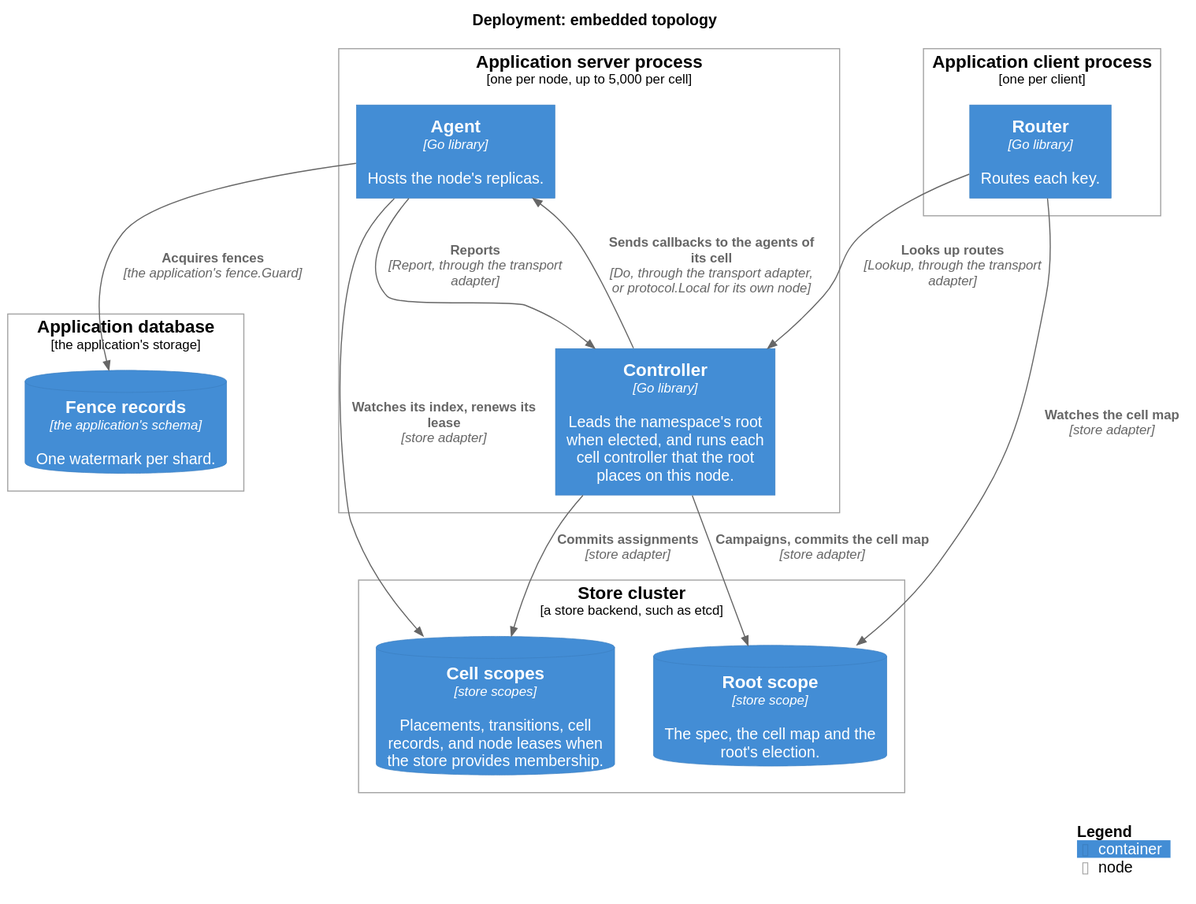
This is docs/c4/deployment/embedded.svg from thesm-os/sharder, a PlantUML export, as it was before one commit.
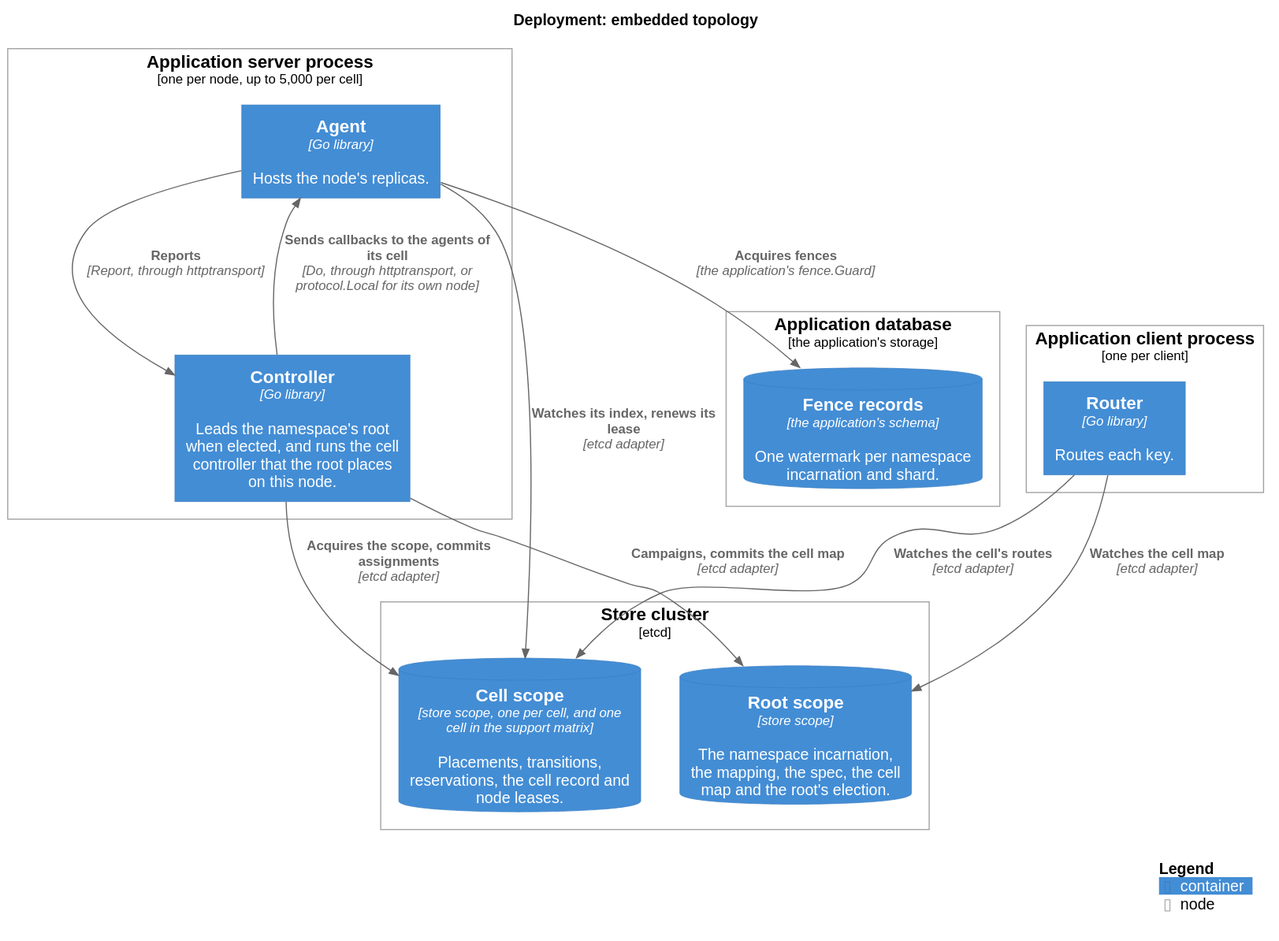
Above is the later version.

Change to the diagram source:
```diff
@@ -6,29 +6,29 @@
 
 Deployment_Node(servers, "Application server process", "one per node, up to 5,000 per cell") {
     Container(agent, "Agent", "Go library", "Hosts the node's replicas.")
-    Container(controller, "Controller", "Go library", "Leads the namespace's root when elected, and runs each cell controller that the root places on this node.")
+    Container(controller, "Controller", "Go library", "Leads the namespace's root when elected, and runs the cell controller that the root places on this node.")
 }
 
 Deployment_Node(clients, "Application client process", "one per client") {
     Container(router, "Router", "Go library", "Routes each key.")
 }
 
-Deployment_Node(storecluster, "Store cluster", "a store backend, such as etcd") {
-    ContainerDb(root, "Root scope", "store scope", "The spec, the cell map and the root's election.")
-    ContainerDb(cells, "Cell scopes", "store scopes", "Placements, transitions, cell records, and node leases when the store provides membership.")
+Deployment_Node(storecluster, "Store cluster", "etcd") {
+    ContainerDb(root, "Root scope", "store scope", "The namespace incarnation, the mapping, the spec, the cell map and the root's election.")
+    ContainerDb(cells, "Cell scope", "store scope, one per cell, and one cell in the support matrix", "Placements, transitions, reservations, the cell record and node leases.")
 }
 
 Deployment_Node(database, "Application database", "the application's storage") {
-    ContainerDb(fences, "Fence records", "the application's schema", "One watermark per shard.")
+    ContainerDb(fences, "Fence records", "the application's schema", "One watermark per namespace incarnation and shard.")
 }
 
-Rel(controller, agent, "Sends callbacks to the agents of its cell", "Do, through the transport adapter, or protocol.Local for its own node")
-Rel(agent, controller, "Reports", "Report, through the transport adapter")
-Rel(router, controller, "Looks up routes", "Lookup, through the transport adapter")
-Rel(controller, root, "Campaigns, commits the cell map", "store adapter")
-Rel(controller, cells, "Commits assignments", "store adapter")
-Rel(agent, cells, "Watches its index, renews its lease", "store adapter")
-Rel(router, root, "Watches the cell map", "store adapter")
+Rel(controller, agent, "Sends callbacks to the agents of its cell", "Do, through httptransport, or protocol.Local for its own node")
+Rel(agent, controller, "Reports", "Report, through httptransport")
+Rel(controller, root, "Campaigns, commits the cell map", "etcd adapter")
+Rel(controller, cells, "Acquires the scope, commits assignments", "etcd adapter")
+Rel(agent, cells, "Watches its index, renews its lease", "etcd adapter")
+Rel(router, root, "Watches the cell map", "etcd adapter")
+Rel(router, cells, "Watches the cell's routes", "etcd adapter")
 Rel(agent, fences, "Acquires fences", "the application's fence.Guard")
 
 SHOW_LEGEND()
```
